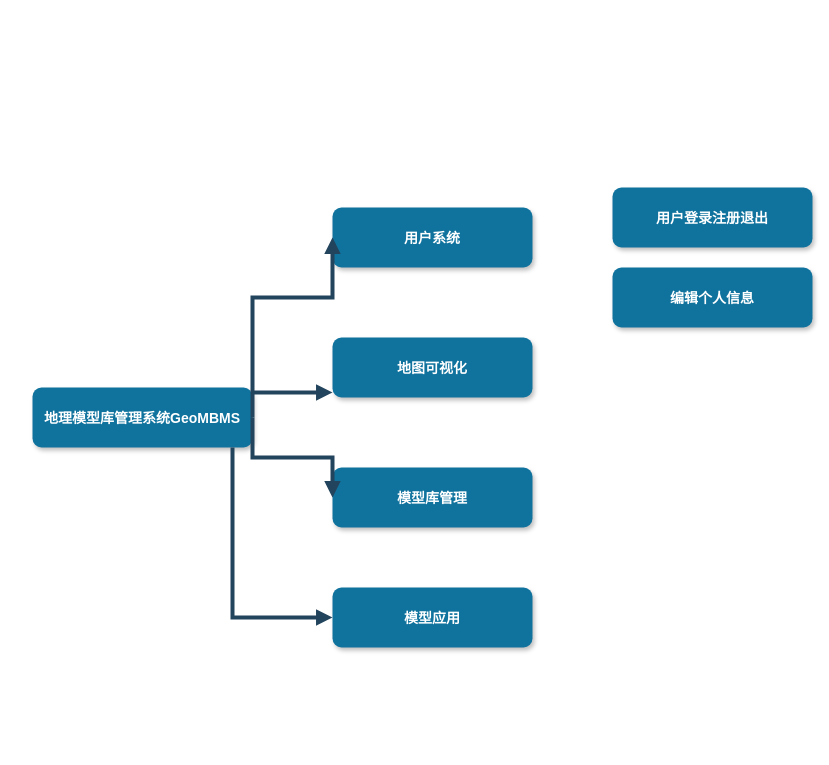
Before: 毕设功能模块设计.drawio in Orangon/drawio-digrams, a draw.io diagram. Source tidied: cells renumbered, new cells numbered last; positions are measured from the earlier drawing's top-left corner, leaving out a move shared by most shapes. Both pictures are drawn from the tidied source at 100%, with x=0, y=0 at pixel (32, 187).
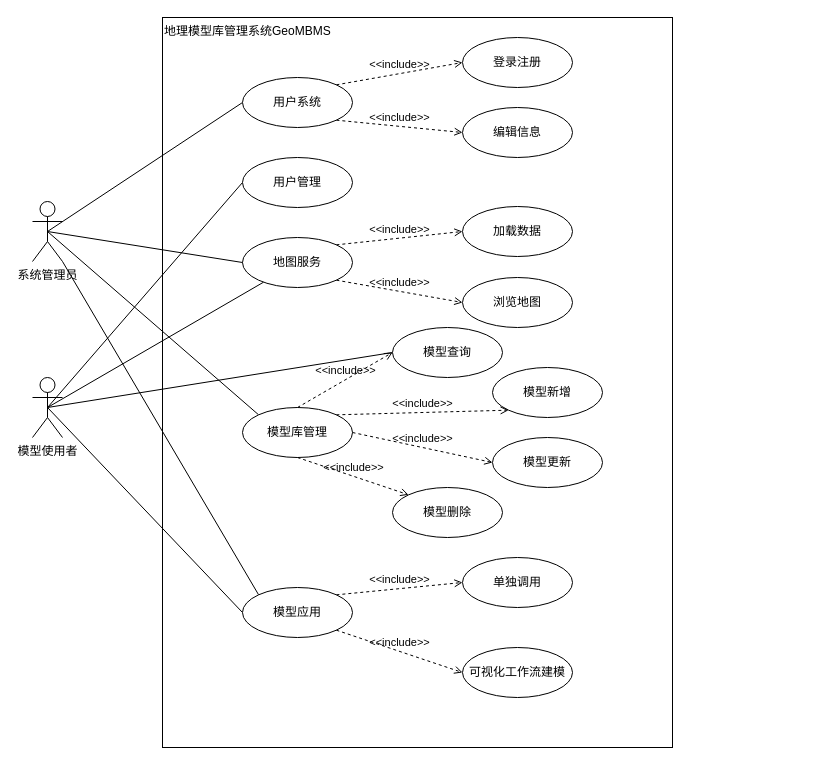
Above is the later version.

Commit message:
更新毕设功能模块设计.drawio

Change to the diagram source:
```diff
@@
-    <mxCell id="2" value="地理模型库管理系统GeoMBMS" style="rounded=1;fillColor=#10739E;strokeColor=none;shadow=1;gradientColor=none;fontStyle=1;fontColor=#FFFFFF;fontSize=14;" parent="1" vertex="1">
-      <mxGeometry y="200" width="220" height="60" as="geometry" />
+    <mxCell id="2" value="地理模型库管理系统GeoMBMS" style="rounded=0;whiteSpace=wrap;html=1;align=left;verticalAlign=top;" parent="1" vertex="1">
+      <mxGeometry x="130" y="-170" width="510" height="730" as="geometry" />
     </mxCell>
+    <mxCell id="13" style="rounded=0;jettySize=auto;html=1;exitX=0.5;exitY=0.5;exitDx=0;exitDy=0;exitPerimeter=0;entryX=0;entryY=0.5;entryDx=0;entryDy=0;endArrow=none;endFill=0;" parent="1" edge="1" source="16" target="3">
+      <mxGeometry relative="1" as="geometry" />
+    </mxCell>
+    <mxCell id="14" style="edgeStyle=none;shape=connector;rounded=0;jettySize=auto;html=1;entryX=0;entryY=0;entryDx=0;entryDy=0;labelBackgroundColor=default;strokeColor=default;fontFamily=Helvetica;fontSize=11;fontColor=default;endArrow=none;endFill=0;exitX=0.5;exitY=0.5;exitDx=0;exitDy=0;exitPerimeter=0;" parent="1" edge="1" source="16" target="5">
+      <mxGeometry relative="1" as="geometry" />
+    </mxCell>
+    <mxCell id="15" style="edgeStyle=none;shape=connector;rounded=0;jettySize=auto;html=1;exitX=1;exitY=1;exitDx=0;exitDy=0;exitPerimeter=0;entryX=0;entryY=0;entryDx=0;entryDy=0;labelBackgroundColor=default;strokeColor=default;fontFamily=Helvetica;fontSize=11;fontColor=default;endArrow=none;endFill=0;" parent="1" edge="1" source="16" target="11">
+      <mxGeometry relative="1" as="geometry" />
+    </mxCell>
+    <mxCell id="16" value="系统管理员" style="shape=umlActor;verticalLabelPosition=bottom;verticalAlign=top;html=1;" parent="1" vertex="1">
+      <mxGeometry y="14" width="30" height="60" as="geometry" />
+    </mxCell>
+    <mxCell id="17" style="edgeStyle=none;shape=connector;rounded=0;jettySize=auto;html=1;exitX=0.5;exitY=0.5;exitDx=0;exitDy=0;exitPerimeter=0;entryX=0;entryY=0.5;entryDx=0;entryDy=0;labelBackgroundColor=default;strokeColor=default;fontFamily=Helvetica;fontSize=11;fontColor=default;endArrow=none;endFill=0;" parent="1" edge="1" source="21" target="44">
+      <mxGeometry relative="1" as="geometry" />
+    </mxCell>
+    <mxCell id="18" style="edgeStyle=none;shape=connector;rounded=0;jettySize=auto;html=1;exitX=0.5;exitY=0.5;exitDx=0;exitDy=0;exitPerimeter=0;labelBackgroundColor=default;strokeColor=default;fontFamily=Helvetica;fontSize=11;fontColor=default;endArrow=none;endFill=0;" parent="1" edge="1" source="21" target="24">
+      <mxGeometry relative="1" as="geometry" />
+    </mxCell>
+    <mxCell id="19" style="edgeStyle=none;shape=connector;rounded=0;jettySize=auto;html=1;exitX=0.5;exitY=0.5;exitDx=0;exitDy=0;exitPerimeter=0;entryX=0;entryY=0.5;entryDx=0;entryDy=0;labelBackgroundColor=default;strokeColor=default;fontFamily=Helvetica;fontSize=11;fontColor=default;endArrow=none;endFill=0;" parent="1" edge="1" source="21" target="11">
+      <mxGeometry relative="1" as="geometry" />
+    </mxCell>
+    <mxCell id="20" style="edgeStyle=none;shape=connector;rounded=0;jettySize=auto;html=1;exitX=0.5;exitY=0.5;exitDx=0;exitDy=0;exitPerimeter=0;entryX=0;entryY=0.5;entryDx=0;entryDy=0;labelBackgroundColor=default;strokeColor=default;fontFamily=Helvetica;fontSize=11;fontColor=default;endArrow=none;endFill=0;" parent="1" edge="1" source="21" target="28">
+      <mxGeometry relative="1" as="geometry" />
+    </mxCell>
+    <mxCell id="21" value="模型使用者" style="shape=umlActor;verticalLabelPosition=bottom;verticalAlign=top;html=1;" parent="1" vertex="1">
+      <mxGeometry y="190" width="30" height="60" as="geometry" />
+    </mxCell>
-    <mxCell id="3" value="用户系统" style="rounded=1;fillColor=#10739E;strokeColor=none;shadow=1;gradientColor=none;fontStyle=1;fontColor=#FFFFFF;fontSize=14;" parent="1" vertex="1">
-      <mxGeometry x="300" y="20" width="200" height="60" as="geometry" />
+    <mxCell id="3" value="用户系统" style="ellipse;whiteSpace=wrap;html=1;" parent="1" vertex="1">
+      <mxGeometry x="210" y="-110" width="110" height="50" as="geometry" />
     </mxCell>
-    <mxCell id="4" value="地图可视化" style="rounded=1;fillColor=#10739E;strokeColor=none;shadow=1;gradientColor=none;fontStyle=1;fontColor=#FFFFFF;fontSize=14;" parent="1" vertex="1">
-      <mxGeometry x="300" y="150" width="200" height="60" as="geometry" />
-    </mxCell>
+    <mxCell id="22" value="登录注册" style="ellipse;whiteSpace=wrap;html=1;" parent="1" vertex="1">
+      <mxGeometry x="430" y="-150" width="110" height="50" as="geometry" />
+    </mxCell>
+    <mxCell id="23" value="编辑信息" style="ellipse;whiteSpace=wrap;html=1;" parent="1" vertex="1">
+      <mxGeometry x="430" y="-80" width="110" height="50" as="geometry" />
+    </mxCell>
+    <mxCell id="24" value="地图服务" style="ellipse;whiteSpace=wrap;html=1;" parent="1" vertex="1">
+      <mxGeometry x="210" y="50" width="110" height="50" as="geometry" />
+    </mxCell>
+    <mxCell id="25" value="加载数据" style="ellipse;whiteSpace=wrap;html=1;" parent="1" vertex="1">
+      <mxGeometry x="430" y="19" width="110" height="50" as="geometry" />
+    </mxCell>
+    <mxCell id="26" value="浏览地图" style="ellipse;whiteSpace=wrap;html=1;" parent="1" vertex="1">
+      <mxGeometry x="430" y="90" width="110" height="50" as="geometry" />
+    </mxCell>
-    <mxCell id="5" value="模型库管理" style="rounded=1;fillColor=#10739E;strokeColor=none;shadow=1;gradientColor=none;fontStyle=1;fontColor=#FFFFFF;fontSize=14;" parent="1" vertex="1">
-      <mxGeometry x="300" y="280" width="200" height="60" as="geometry" />
+    <mxCell id="5" value="模型库管理" style="ellipse;whiteSpace=wrap;html=1;" parent="1" vertex="1">
+      <mxGeometry x="210" y="220" width="110" height="50" as="geometry" />
     </mxCell>
-    <mxCell id="6" value="用户登录注册退出" style="rounded=1;fillColor=#10739E;strokeColor=none;shadow=1;gradientColor=none;fontStyle=1;fontColor=#FFFFFF;fontSize=14;" parent="1" vertex="1">
-      <mxGeometry x="580" width="200" height="60" as="geometry" />
-    </mxCell>
-    <mxCell id="7" value="编辑个人信息" style="rounded=1;fillColor=#10739E;strokeColor=none;shadow=1;gradientColor=none;fontStyle=1;fontColor=#FFFFFF;fontSize=14;" parent="1" vertex="1">
-      <mxGeometry x="580" y="80" width="200" height="60" as="geometry" />
-    </mxCell>
-    <mxCell id="8" style="edgeStyle=elbowEdgeStyle;elbow=vertical;strokeWidth=4;endArrow=block;endFill=1;fontStyle=1;strokeColor=#23445D;rounded=0;" parent="1" edge="1" source="2" target="4">
-      <mxGeometry x="-240" y="-20" as="geometry" />
-    </mxCell>
-    <mxCell id="9" style="edgeStyle=elbowEdgeStyle;elbow=vertical;strokeWidth=4;endArrow=block;endFill=1;fontStyle=1;strokeColor=#23445D;rounded=0;exitX=1;exitY=0.5;exitDx=0;exitDy=0;entryX=0;entryY=0.5;entryDx=0;entryDy=0;" parent="1" edge="1" source="2" target="3">
-      <mxGeometry x="-240" y="-20" as="geometry">
-        <Array as="points">
-          <mxPoint x="260" y="110" />
-          <mxPoint x="260" y="150" />
-          <mxPoint x="250" y="150" />
-          <mxPoint x="260" y="150" />
-          <mxPoint x="200" y="40" />
-        </Array>
-      </mxGeometry>
-    </mxCell>
-    <mxCell id="10" style="edgeStyle=elbowEdgeStyle;elbow=vertical;strokeWidth=4;endArrow=block;endFill=1;fontStyle=1;strokeColor=#23445D;rounded=0;entryX=0;entryY=0.5;entryDx=0;entryDy=0;" parent="1" edge="1" target="5">
-      <mxGeometry x="-240" y="-20" as="geometry">
-        <mxPoint x="220" y="230" as="sourcePoint" />
-      </mxGeometry>
-    </mxCell>
+    <mxCell id="27" value="模型新增" style="ellipse;whiteSpace=wrap;html=1;" parent="1" vertex="1">
+      <mxGeometry x="460" y="180" width="110" height="50" as="geometry" />
+    </mxCell>
+    <mxCell id="28" value="模型查询" style="ellipse;whiteSpace=wrap;html=1;" parent="1" vertex="1">
+      <mxGeometry x="360" y="140" width="110" height="50" as="geometry" />
+    </mxCell>
+    <mxCell id="29" value="模型更新" style="ellipse;whiteSpace=wrap;html=1;" parent="1" vertex="1">
+      <mxGeometry x="460" y="250" width="110" height="50" as="geometry" />
+    </mxCell>
+    <mxCell id="30" value="模型删除" style="ellipse;whiteSpace=wrap;html=1;" parent="1" vertex="1">
+      <mxGeometry x="360" y="300" width="110" height="50" as="geometry" />
+    </mxCell>
-    <mxCell id="11" value="模型应用" style="rounded=1;fillColor=#10739E;strokeColor=none;shadow=1;gradientColor=none;fontStyle=1;fontColor=#FFFFFF;fontSize=14;" parent="1" vertex="1">
-      <mxGeometry x="300" y="400" width="200" height="60" as="geometry" />
+    <mxCell id="11" value="模型应用" style="ellipse;whiteSpace=wrap;html=1;" parent="1" vertex="1">
+      <mxGeometry x="210" y="400" width="110" height="50" as="geometry" />
     </mxCell>
-    <mxCell id="12" style="edgeStyle=elbowEdgeStyle;elbow=vertical;strokeWidth=4;endArrow=block;endFill=1;fontStyle=1;strokeColor=#23445D;rounded=0;entryX=0;entryY=0.5;entryDx=0;entryDy=0;" parent="1" edge="1" source="2" target="11">
-      <mxGeometry x="-240" y="-20" as="geometry">
-        <Array as="points">
-          <mxPoint x="200" y="430" />
-        </Array>
-      </mxGeometry>
-    </mxCell>
+    <mxCell id="31" value="单独调用" style="ellipse;whiteSpace=wrap;html=1;" parent="1" vertex="1">
+      <mxGeometry x="430" y="370" width="110" height="50" as="geometry" />
+    </mxCell>
+    <mxCell id="32" value="可视化工作流建模" style="ellipse;whiteSpace=wrap;html=1;" parent="1" vertex="1">
+      <mxGeometry x="430" y="460" width="110" height="50" as="geometry" />
+    </mxCell>
+    <mxCell id="33" style="rounded=0;jettySize=auto;html=1;exitX=0.5;exitY=0.5;exitDx=0;exitDy=0;exitPerimeter=0;entryX=0;entryY=0.5;entryDx=0;entryDy=0;endArrow=none;endFill=0;" parent="1" edge="1" source="16" target="24">
+      <mxGeometry relative="1" as="geometry" />
+    </mxCell>
+    <mxCell id="34" value="&amp;lt;&amp;lt;include&amp;gt;&amp;gt;" style="html=1;verticalAlign=bottom;labelBackgroundColor=none;endArrow=open;endFill=0;dashed=1;rounded=0;strokeColor=default;fontFamily=Helvetica;fontSize=11;fontColor=default;shape=connector;exitX=1;exitY=0;exitDx=0;exitDy=0;entryX=0;entryY=0.5;entryDx=0;entryDy=0;" parent="1" edge="1" source="3" target="22">
+      <mxGeometry relative="1" as="geometry" />
+    </mxCell>
+    <mxCell id="35" value="&amp;lt;&amp;lt;include&amp;gt;&amp;gt;" style="html=1;verticalAlign=bottom;labelBackgroundColor=none;endArrow=open;endFill=0;dashed=1;rounded=0;strokeColor=default;fontFamily=Helvetica;fontSize=11;fontColor=default;shape=connector;exitX=1;exitY=1;exitDx=0;exitDy=0;entryX=0;entryY=0.5;entryDx=0;entryDy=0;" parent="1" edge="1" source="3" target="23">
+      <mxGeometry relative="1" as="geometry" />
+    </mxCell>
+    <mxCell id="36" value="&amp;lt;&amp;lt;include&amp;gt;&amp;gt;" style="html=1;verticalAlign=bottom;labelBackgroundColor=none;endArrow=open;endFill=0;dashed=1;rounded=0;strokeColor=default;fontFamily=Helvetica;fontSize=11;fontColor=default;shape=connector;exitX=1;exitY=0;exitDx=0;exitDy=0;entryX=0;entryY=0.5;entryDx=0;entryDy=0;" parent="1" edge="1" source="24" target="25">
+      <mxGeometry relative="1" as="geometry" />
+    </mxCell>
+    <mxCell id="37" value="&amp;lt;&amp;lt;include&amp;gt;&amp;gt;" style="html=1;verticalAlign=bottom;labelBackgroundColor=none;endArrow=open;endFill=0;dashed=1;rounded=0;strokeColor=default;fontFamily=Helvetica;fontSize=11;fontColor=default;shape=connector;exitX=1;exitY=1;exitDx=0;exitDy=0;entryX=0;entryY=0.5;entryDx=0;entryDy=0;" parent="1" edge="1" source="24" target="26">
+      <mxGeometry relative="1" as="geometry" />
+    </mxCell>
+    <mxCell id="38" value="&amp;lt;&amp;lt;include&amp;gt;&amp;gt;" style="html=1;verticalAlign=bottom;labelBackgroundColor=none;endArrow=open;endFill=0;dashed=1;rounded=0;strokeColor=default;fontFamily=Helvetica;fontSize=11;fontColor=default;shape=connector;exitX=1;exitY=0;exitDx=0;exitDy=0;entryX=0;entryY=1;entryDx=0;entryDy=0;" parent="1" edge="1" source="5" target="27">
+      <mxGeometry relative="1" as="geometry" />
+    </mxCell>
+    <mxCell id="39" value="&amp;lt;&amp;lt;include&amp;gt;&amp;gt;" style="html=1;verticalAlign=bottom;labelBackgroundColor=none;endArrow=open;endFill=0;dashed=1;rounded=0;strokeColor=default;fontFamily=Helvetica;fontSize=11;fontColor=default;shape=connector;exitX=0.5;exitY=0;exitDx=0;exitDy=0;entryX=0;entryY=0.5;entryDx=0;entryDy=0;" parent="1" edge="1" source="5" target="28">
+      <mxGeometry relative="1" as="geometry" />
+    </mxCell>
+    <mxCell id="40" value="&amp;lt;&amp;lt;include&amp;gt;&amp;gt;" style="html=1;verticalAlign=bottom;labelBackgroundColor=none;endArrow=open;endFill=0;dashed=1;rounded=0;strokeColor=default;fontFamily=Helvetica;fontSize=11;fontColor=default;shape=connector;exitX=1;exitY=0.5;exitDx=0;exitDy=0;entryX=0;entryY=0.5;entryDx=0;entryDy=0;" parent="1" edge="1" source="5" target="29">
+      <mxGeometry relative="1" as="geometry" />
+    </mxCell>
+    <mxCell id="41" value="&amp;lt;&amp;lt;include&amp;gt;&amp;gt;" style="html=1;verticalAlign=bottom;labelBackgroundColor=none;endArrow=open;endFill=0;dashed=1;rounded=0;strokeColor=default;fontFamily=Helvetica;fontSize=11;fontColor=default;shape=connector;exitX=0.5;exitY=1;exitDx=0;exitDy=0;entryX=0;entryY=0;entryDx=0;entryDy=0;" parent="1" edge="1" source="5" target="30">
+      <mxGeometry relative="1" as="geometry" />
+    </mxCell>
+    <mxCell id="42" value="&amp;lt;&amp;lt;include&amp;gt;&amp;gt;" style="html=1;verticalAlign=bottom;labelBackgroundColor=none;endArrow=open;endFill=0;dashed=1;rounded=0;strokeColor=default;fontFamily=Helvetica;fontSize=11;fontColor=default;shape=connector;exitX=1;exitY=0;exitDx=0;exitDy=0;entryX=0;entryY=0.5;entryDx=0;entryDy=0;" parent="1" edge="1" source="11" target="31">
+      <mxGeometry relative="1" as="geometry" />
+    </mxCell>
+    <mxCell id="43" value="&amp;lt;&amp;lt;include&amp;gt;&amp;gt;" style="html=1;verticalAlign=bottom;labelBackgroundColor=none;endArrow=open;endFill=0;dashed=1;rounded=0;strokeColor=default;fontFamily=Helvetica;fontSize=11;fontColor=default;shape=connector;exitX=1;exitY=1;exitDx=0;exitDy=0;entryX=0;entryY=0.5;entryDx=0;entryDy=0;" parent="1" edge="1" source="11" target="32">
+      <mxGeometry relative="1" as="geometry" />
+    </mxCell>
+    <mxCell id="44" value="用户管理" style="ellipse;whiteSpace=wrap;html=1;" parent="1" vertex="1">
+      <mxGeometry x="210" y="-30" width="110" height="50" as="geometry" />
+    </mxCell>
```
